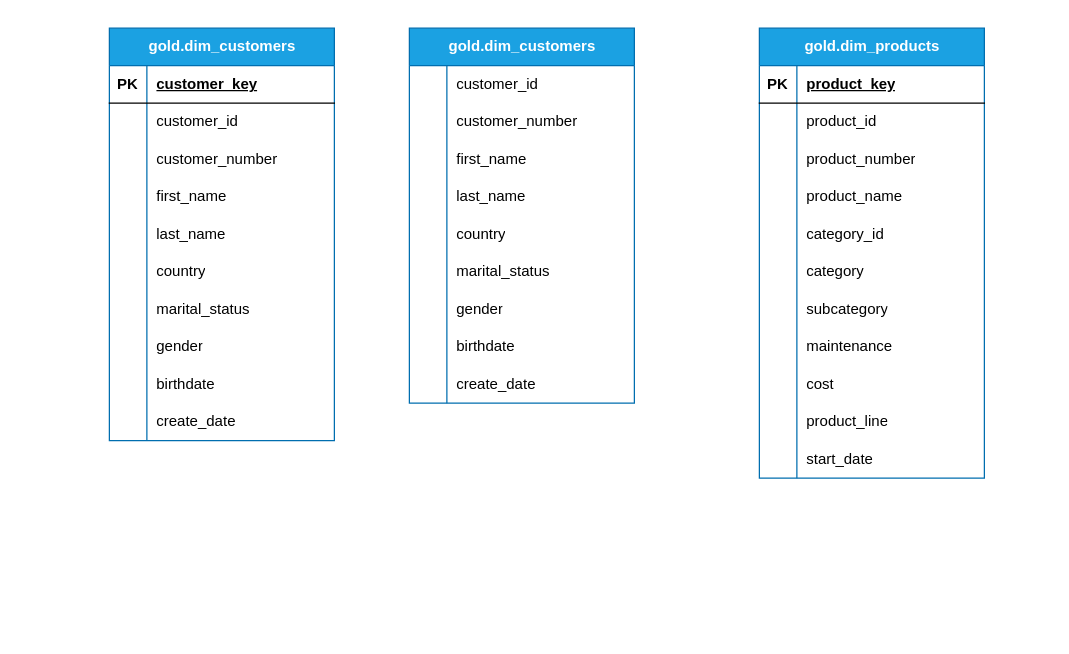
erdemdlc/SQL_Datawarehouse_Project keeps this draw.io diagram as docs/Başlıksız Diyagram.drawio. Above is the earlier version. Source tidied: cells renumbered, new cells numbered last; positions are measured from the earlier drawing's top-left corner, leaving out a move shared by most shapes. Both pictures are drawn from the tidied source at 125%, with x=0, y=0 at pixel (109, 28).
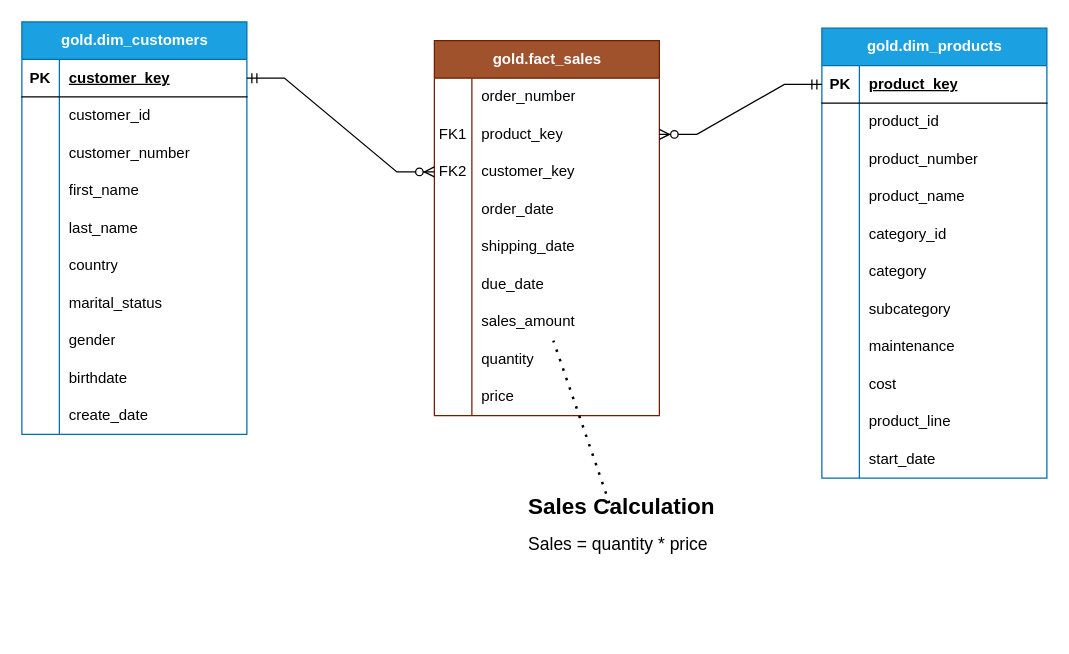
The same diagram, later.

Unchanged cells that the change refers to:
```xml
<mxCell id="3" style="shape=tableRow;horizontal=0;startSize=0;swimlaneHead=0;swimlaneBody=0;fillColor=none;points=[[0,0.5],[1,0.5]];portConstraint=eastwest;top=0;left=0;right=0;bottom=1;" parent="2" vertex="1">
  <mxGeometry y="30" width="180" height="30" as="geometry" />
</mxCell>
<mxCell id="34" style="shape=tableRow;horizontal=0;startSize=0;swimlaneHead=0;swimlaneBody=0;fillColor=none;points=[[0,0.5],[1,0.5]];portConstraint=eastwest;top=0;left=0;right=0;bottom=1;" parent="33" vertex="1">
  <mxGeometry y="30" width="180" height="30" as="geometry" />
</mxCell>
<mxCell id="68" style="shape=tableRow;horizontal=0;startSize=0;swimlaneHead=0;swimlaneBody=0;fillColor=none;top=0;left=0;right=0;bottom=0;" parent="67" vertex="1">
  <mxGeometry y="30" width="180" height="30" as="geometry" />
</mxCell>
<mxCell id="71" style="shape=tableRow;horizontal=0;startSize=0;swimlaneHead=0;swimlaneBody=0;fillColor=none;points=[[0,0.5],[1,0.5]];portConstraint=eastwest;top=0;left=0;right=0;bottom=0;" parent="67" vertex="1">
  <mxGeometry y="60" width="180" height="30" as="geometry" />
</mxCell>
<mxCell id="74" style="shape=tableRow;horizontal=0;startSize=0;swimlaneHead=0;swimlaneBody=0;fillColor=none;points=[[0,0.5],[1,0.5]];portConstraint=eastwest;top=0;left=0;right=0;bottom=0;" parent="67" vertex="1">
  <mxGeometry y="90" width="180" height="30" as="geometry" />
</mxCell>
<mxCell id="77" style="shape=tableRow;horizontal=0;startSize=0;swimlaneHead=0;swimlaneBody=0;fillColor=none;top=0;left=0;right=0;bottom=0;" parent="67" vertex="1">
  <mxGeometry y="120" width="180" height="30" as="geometry" />
</mxCell>
<mxCell id="80" style="shape=tableRow;horizontal=0;startSize=0;swimlaneHead=0;swimlaneBody=0;fillColor=none;top=0;left=0;right=0;bottom=0;" parent="67" vertex="1">
  <mxGeometry y="150" width="180" height="30" as="geometry" />
</mxCell>
<mxCell id="83" style="shape=tableRow;horizontal=0;startSize=0;swimlaneHead=0;swimlaneBody=0;fillColor=none;top=0;left=0;right=0;bottom=0;" parent="67" vertex="1">
  <mxGeometry y="180" width="180" height="30" as="geometry" />
</mxCell>
<mxCell id="86" style="shape=tableRow;horizontal=0;startSize=0;swimlaneHead=0;swimlaneBody=0;fillColor=none;points=[[0,0.5],[1,0.5]];portConstraint=eastwest;top=0;left=0;right=0;bottom=0;" parent="67" vertex="1">
  <mxGeometry y="210" width="180" height="30" as="geometry" />
</mxCell>
<mxCell id="89" style="shape=tableRow;horizontal=0;startSize=0;swimlaneHead=0;swimlaneBody=0;fillColor=none;top=0;left=0;right=0;bottom=0;" parent="67" vertex="1">
  <mxGeometry y="240" width="180" height="30" as="geometry" />
</mxCell>
<mxCell id="92" style="shape=tableRow;horizontal=0;startSize=0;swimlaneHead=0;swimlaneBody=0;fillColor=none;top=0;left=0;right=0;bottom=0;" parent="67" vertex="1">
  <mxGeometry y="270" width="180" height="30" as="geometry" />
</mxCell>
```

What changed in the source:
```diff
@@
     <mxCell id="2" value="gold.dim_customers" style="shape=table;startSize=30;childLayout=tableLayout;rowLines=0;fontStyle=1;align=center;html=1;fillColor=#1ba1e2;fontColor=#ffffff;strokeColor=#006EAF;" parent="1" vertex="1">
-      <mxGeometry width="180" height="330" as="geometry" />
+      <mxGeometry x="-70" y="-5" width="180" height="330" as="geometry" />
     </mxCell>
@@
     <mxCell id="33" value="gold.dim_products" style="shape=table;startSize=30;childLayout=tableLayout;rowLines=0;fontStyle=1;align=center;html=1;fillColor=#1ba1e2;fontColor=#ffffff;strokeColor=#006EAF;" parent="1" vertex="1">
-      <mxGeometry x="520" width="180" height="360" as="geometry" />
+      <mxGeometry x="570" width="180" height="360" as="geometry" />
     </mxCell>
@@
-    <mxCell id="67" value="gold.dim_customers" style="shape=table;startSize=30;childLayout=tableLayout;rowLines=0;fontStyle=1;align=center;html=1;fillColor=#1ba1e2;fontColor=#ffffff;strokeColor=#006EAF;" parent="1" vertex="1">
-      <mxGeometry x="240" width="180" height="300" as="geometry" />
+    <mxCell id="67" value="gold.fact_sales" style="shape=table;startSize=30;childLayout=tableLayout;rowLines=0;fontStyle=1;align=center;html=1;fillColor=#a0522d;fontColor=#ffffff;strokeColor=#6D1F00;" parent="1" vertex="1">
+      <mxGeometry x="260" y="10" width="180" height="300" as="geometry" />
     </mxCell>
@@
-    <mxCell id="70" value="customer_id&lt;span style=&quot;white-space: pre;&quot;&gt;&#9;&lt;/span&gt;" style="shape=partialRectangle;fillColor=none;top=0;left=0;bottom=0;right=0;align=left;spacingLeft=6;overflow=hidden;whiteSpace=wrap;html=1;" parent="68" vertex="1">
+    <mxCell id="70" value="order_number" style="shape=partialRectangle;fillColor=none;top=0;left=0;bottom=0;right=0;align=left;spacingLeft=6;overflow=hidden;whiteSpace=wrap;html=1;" parent="68" vertex="1">
       <mxGeometry x="30" width="150" height="30" as="geometry" />
     </mxCell>
@@
-    <mxCell id="72" style="shape=partialRectangle;fillColor=none;top=0;left=0;bottom=0;right=0;overflow=hidden;whiteSpace=wrap;html=1;" parent="71" vertex="1">
+    <mxCell id="72" value="FK1" style="shape=partialRectangle;fillColor=none;top=0;left=0;bottom=0;right=0;overflow=hidden;whiteSpace=wrap;html=1;" parent="71" vertex="1">
       <mxGeometry width="30" height="30" as="geometry" />
     </mxCell>
-    <mxCell id="73" value="customer_number" style="shape=partialRectangle;fillColor=none;top=0;left=0;bottom=0;right=0;align=left;spacingLeft=6;overflow=hidden;whiteSpace=wrap;html=1;" parent="71" vertex="1">
+    <mxCell id="73" value="product_key" style="shape=partialRectangle;fillColor=none;top=0;left=0;bottom=0;right=0;align=left;spacingLeft=6;overflow=hidden;whiteSpace=wrap;html=1;" parent="71" vertex="1">
       <mxGeometry x="30" width="150" height="30" as="geometry" />
     </mxCell>
@@
-    <mxCell id="75" style="shape=partialRectangle;fillColor=none;top=0;left=0;bottom=0;right=0;overflow=hidden;whiteSpace=wrap;html=1;" parent="74" vertex="1">
+    <mxCell id="75" value="FK2" style="shape=partialRectangle;fillColor=none;top=0;left=0;bottom=0;right=0;overflow=hidden;whiteSpace=wrap;html=1;" parent="74" vertex="1">
       <mxGeometry width="30" height="30" as="geometry" />
     </mxCell>
-    <mxCell id="76" value="first_name" style="shape=partialRectangle;fillColor=none;top=0;left=0;bottom=0;right=0;align=left;spacingLeft=6;overflow=hidden;whiteSpace=wrap;html=1;" parent="74" vertex="1">
+    <mxCell id="76" value="customer_key" style="shape=partialRectangle;fillColor=none;top=0;left=0;bottom=0;right=0;align=left;spacingLeft=6;overflow=hidden;whiteSpace=wrap;html=1;" parent="74" vertex="1">
       <mxGeometry x="30" width="150" height="30" as="geometry" />
     </mxCell>
@@
-    <mxCell id="79" value="last_name" style="shape=partialRectangle;fillColor=none;top=0;left=0;bottom=0;right=0;align=left;spacingLeft=6;overflow=hidden;whiteSpace=wrap;html=1;" parent="77" vertex="1">
+    <mxCell id="79" value="order_date" style="shape=partialRectangle;fillColor=none;top=0;left=0;bottom=0;right=0;align=left;spacingLeft=6;overflow=hidden;whiteSpace=wrap;html=1;" parent="77" vertex="1">
       <mxGeometry x="30" width="150" height="30" as="geometry" />
     </mxCell>
@@
-    <mxCell id="82" value="country" style="shape=partialRectangle;fillColor=none;top=0;left=0;bottom=0;right=0;align=left;spacingLeft=6;overflow=hidden;whiteSpace=wrap;html=1;" parent="80" vertex="1">
+    <mxCell id="82" value="shipping_date" style="shape=partialRectangle;fillColor=none;top=0;left=0;bottom=0;right=0;align=left;spacingLeft=6;overflow=hidden;whiteSpace=wrap;html=1;" parent="80" vertex="1">
       <mxGeometry x="30" width="150" height="30" as="geometry" />
     </mxCell>
@@
-    <mxCell id="85" value="marital_status" style="shape=partialRectangle;fillColor=none;top=0;left=0;bottom=0;right=0;align=left;spacingLeft=6;overflow=hidden;whiteSpace=wrap;html=1;" parent="83" vertex="1">
+    <mxCell id="85" value="due_date" style="shape=partialRectangle;fillColor=none;top=0;left=0;bottom=0;right=0;align=left;spacingLeft=6;overflow=hidden;whiteSpace=wrap;html=1;" parent="83" vertex="1">
       <mxGeometry x="30" width="150" height="30" as="geometry" />
     </mxCell>
@@
-    <mxCell id="88" value="gender" style="shape=partialRectangle;fillColor=none;top=0;left=0;bottom=0;right=0;align=left;spacingLeft=6;overflow=hidden;whiteSpace=wrap;html=1;" parent="86" vertex="1">
+    <mxCell id="88" value="sales_amount" style="shape=partialRectangle;fillColor=none;top=0;left=0;bottom=0;right=0;align=left;spacingLeft=6;overflow=hidden;whiteSpace=wrap;html=1;" parent="86" vertex="1">
       <mxGeometry x="30" width="150" height="30" as="geometry" />
     </mxCell>
@@
-    <mxCell id="91" value="birthdate" style="shape=partialRectangle;fillColor=none;top=0;left=0;bottom=0;right=0;align=left;spacingLeft=6;overflow=hidden;whiteSpace=wrap;html=1;" parent="89" vertex="1">
+    <mxCell id="91" value="quantity" style="shape=partialRectangle;fillColor=none;top=0;left=0;bottom=0;right=0;align=left;spacingLeft=6;overflow=hidden;whiteSpace=wrap;html=1;" parent="89" vertex="1">
       <mxGeometry x="30" width="150" height="30" as="geometry" />
     </mxCell>
@@
-    <mxCell id="94" value="create_date" style="shape=partialRectangle;fillColor=none;top=0;left=0;bottom=0;right=0;align=left;spacingLeft=6;overflow=hidden;whiteSpace=wrap;html=1;" parent="92" vertex="1">
+    <mxCell id="94" value="price" style="shape=partialRectangle;fillColor=none;top=0;left=0;bottom=0;right=0;align=left;spacingLeft=6;overflow=hidden;whiteSpace=wrap;html=1;" parent="92" vertex="1">
       <mxGeometry x="30" width="150" height="30" as="geometry" />
     </mxCell>
+    <mxCell id="95" style="edgeStyle=entityRelationEdgeStyle;fontSize=12;html=1;endArrow=ERzeroToMany;startArrow=ERmandOne;rounded=0;" parent="1" edge="1" source="3" target="74">
+      <mxGeometry relative="1" as="geometry">
+        <Array as="points">
+          <mxPoint x="70" y="80" />
+        </Array>
+      </mxGeometry>
+    </mxCell>
+    <mxCell id="96" style="edgeStyle=entityRelationEdgeStyle;fontSize=12;html=1;endArrow=ERzeroToMany;startArrow=ERmandOne;rounded=0;exitX=0;exitY=0.5;exitDx=0;exitDy=0;" parent="1" edge="1" source="34" target="71">
+      <mxGeometry relative="1" as="geometry">
+        <Array as="points">
+          <mxPoint x="420" y="140" />
+          <mxPoint x="540" y="70" />
+          <mxPoint x="500" y="100" />
+          <mxPoint x="500" y="140" />
+          <mxPoint x="480" y="100" />
+          <mxPoint x="520" y="60" />
+          <mxPoint x="540" y="170" />
+        </Array>
+      </mxGeometry>
+    </mxCell>
+    <mxCell id="97" value="&lt;h1 style=&quot;margin-top: 0px;&quot;&gt;&lt;font style=&quot;&quot;&gt;&lt;font style=&quot;font-size: 18px;&quot;&gt;Sales Calculation&lt;br&gt;&lt;/font&gt;&lt;div style=&quot;text-align: left;&quot;&gt;&lt;span style=&quot;font-weight: normal;&quot;&gt;&lt;font style=&quot;font-size: 14px;&quot;&gt;Sales = quantity * price&lt;/font&gt;&lt;/span&gt;&lt;/div&gt;&lt;/font&gt;&lt;/h1&gt;&lt;p&gt;&lt;br&gt;&lt;/p&gt;" style="text;html=1;whiteSpace=wrap;overflow=hidden;rounded=0;align=center;" parent="1" vertex="1">
+      <mxGeometry x="310" y="360" width="200" height="120" as="geometry" />
+    </mxCell>
+    <mxCell id="98" style="endArrow=none;dashed=1;html=1;dashPattern=1 3;strokeWidth=2;rounded=0;" parent="1" edge="1" target="86">
+      <mxGeometry relative="1" as="geometry">
+        <mxPoint x="400" y="380" as="sourcePoint" />
+      </mxGeometry>
+    </mxCell>
```
